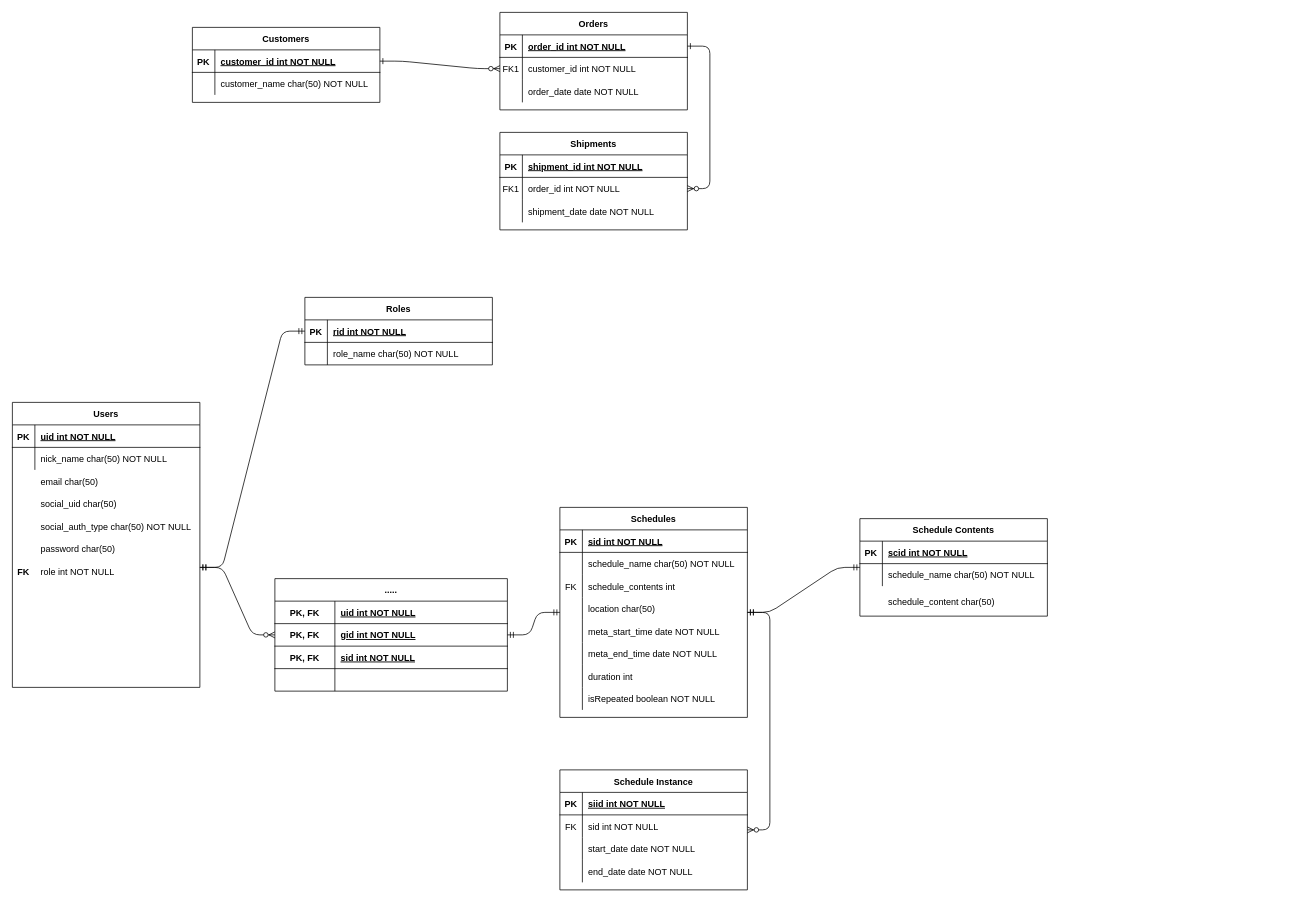
The draw.io diagram page "Page-2" (2 of 3) of ERD.drawio in 3tudy/kotlin, before the edit. Source tidied: cells renumbered, new cells numbered last; positions are measured from the earlier drawing's top-left corner, leaving out a move shared by most shapes. Both pictures are drawn from the tidied source at 75%, with x=0, y=0 at pixel (12, 12).
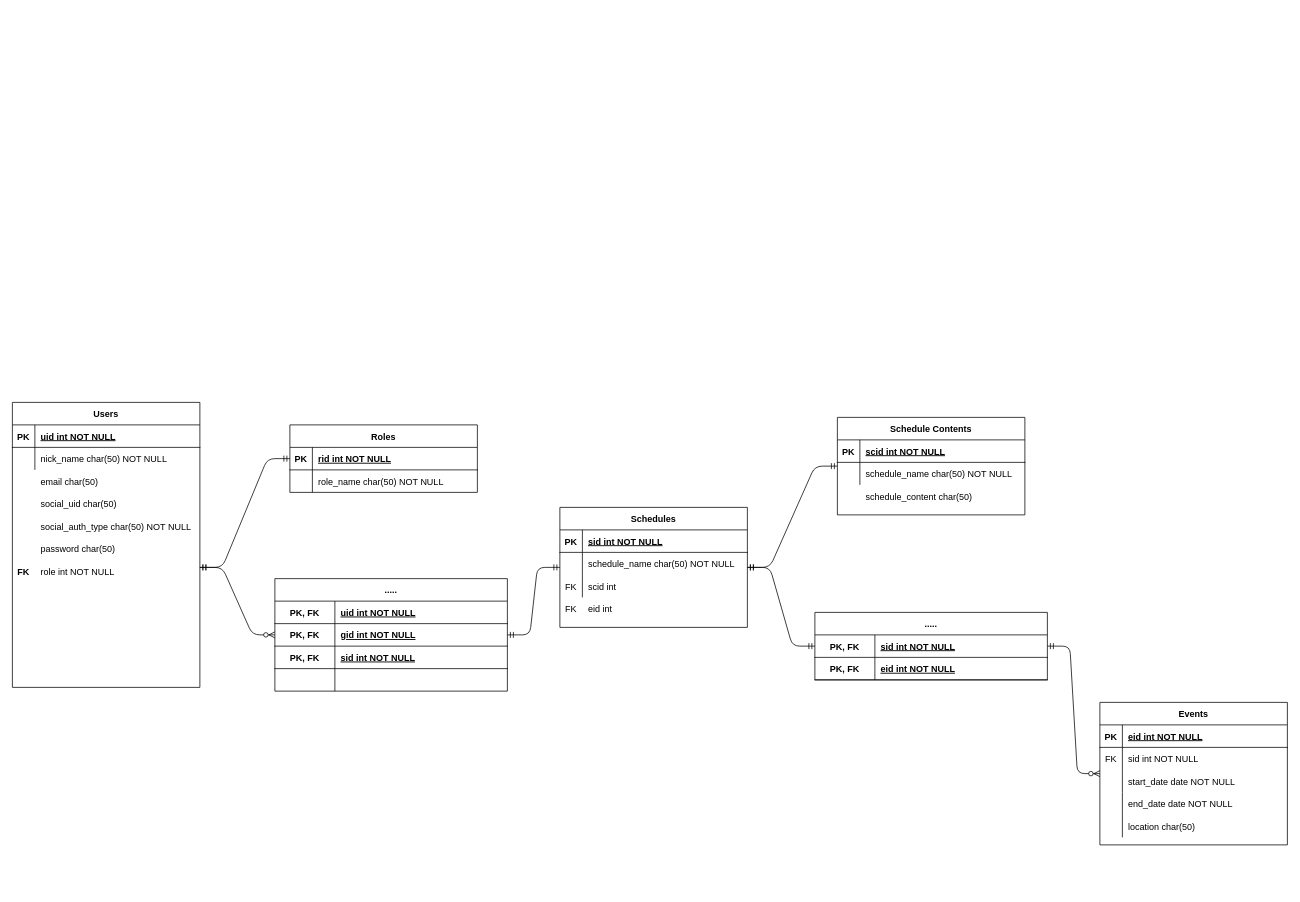
The same page after the edit.

Unchanged cells that the change refers to:
```xml
<mxCell id="77" style="shape=partialRectangle;fillColor=none;top=0;left=0;bottom=1;right=0;" parent="76" vertex="1">
  <mxGeometry y="30" width="250" height="30" as="geometry" />
</mxCell>
<mxCell id="96" style="shape=partialRectangle;fillColor=none;top=0;left=0;bottom=0;right=0;" parent="89" vertex="1">
  <mxGeometry y="90" width="250" height="30" as="geometry" />
</mxCell>
```

The edit, as a diff of the source:
```diff
@@
-    <mxCell id="2" style="edgeStyle=entityRelationEdgeStyle;endArrow=ERzeroToMany;startArrow=ERone;endFill=1;startFill=0;" parent="1" edge="1" source="25" target="8">
-      <mxGeometry relative="1" as="geometry" />
-    </mxCell>
-    <mxCell id="3" style="edgeStyle=entityRelationEdgeStyle;endArrow=ERzeroToMany;startArrow=ERone;endFill=1;startFill=0;" parent="1" edge="1" source="5" target="18">
-      <mxGeometry relative="1" as="geometry" />
-    </mxCell>
-    <mxCell id="4" value="Orders" style="shape=table;startSize=30;childLayout=tableLayout;rowLines=0;fontStyle=1;align=center;" parent="1" vertex="1">
-      <mxGeometry x="650" width="250" height="130" as="geometry" />
-    </mxCell>
-    <mxCell id="5" style="shape=partialRectangle;fillColor=none;points=[[0,0.5],[1,0.5]];portConstraint=eastwest;top=0;left=0;right=0;bottom=1;" parent="4" vertex="1">
-      <mxGeometry y="30" width="250" height="30" as="geometry" />
-    </mxCell>
-    <mxCell id="6" value="PK" style="shape=partialRectangle;overflow=hidden;fillColor=none;top=0;left=0;bottom=0;right=0;fontStyle=1;" parent="5" vertex="1">
-      <mxGeometry width="30" height="30" as="geometry" />
-    </mxCell>
-    <mxCell id="7" value="order_id int NOT NULL " style="shape=partialRectangle;overflow=hidden;fillColor=none;top=0;left=0;bottom=0;right=0;align=left;spacingLeft=6;fontStyle=5;" parent="5" vertex="1">
-      <mxGeometry x="30" width="220" height="30" as="geometry" />
-    </mxCell>
-    <mxCell id="8" style="shape=partialRectangle;fillColor=none;points=[[0,0.5],[1,0.5]];portConstraint=eastwest;top=0;left=0;right=0;bottom=0;" parent="4" vertex="1">
-      <mxGeometry y="60" width="250" height="30" as="geometry" />
-    </mxCell>
-    <mxCell id="9" value="FK1" style="shape=partialRectangle;overflow=hidden;fillColor=none;top=0;left=0;bottom=0;right=0;" parent="8" vertex="1">
-      <mxGeometry width="30" height="30" as="geometry" />
-    </mxCell>
-    <mxCell id="10" value="customer_id int NOT NULL" style="shape=partialRectangle;overflow=hidden;fillColor=none;top=0;left=0;bottom=0;right=0;align=left;spacingLeft=6;" parent="8" vertex="1">
-      <mxGeometry x="30" width="220" height="30" as="geometry" />
-    </mxCell>
-    <mxCell id="11" style="shape=partialRectangle;fillColor=none;top=0;left=0;right=0;bottom=0;" parent="4" vertex="1">
-      <mxGeometry y="90" width="250" height="30" as="geometry" />
-    </mxCell>
-    <mxCell id="12" style="shape=partialRectangle;overflow=hidden;fillColor=none;top=0;left=0;bottom=0;right=0;" parent="11" vertex="1">
-      <mxGeometry width="30" height="30" as="geometry" />
-    </mxCell>
-    <mxCell id="13" value="order_date date NOT NULL" style="shape=partialRectangle;overflow=hidden;fillColor=none;top=0;left=0;bottom=0;right=0;align=left;spacingLeft=6;" parent="11" vertex="1">
-      <mxGeometry x="30" width="220" height="30" as="geometry" />
-    </mxCell>
-    <mxCell id="14" value="Shipments" style="shape=table;startSize=30;childLayout=tableLayout;rowLines=0;fontStyle=1;align=center;" parent="1" vertex="1">
-      <mxGeometry x="650" y="160" width="250" height="130" as="geometry" />
-    </mxCell>
-    <mxCell id="15" style="shape=partialRectangle;fillColor=none;top=0;left=0;right=0;bottom=1;" parent="14" vertex="1">
-      <mxGeometry y="30" width="250" height="30" as="geometry" />
-    </mxCell>
-    <mxCell id="16" value="PK" style="shape=partialRectangle;overflow=hidden;fillColor=none;top=0;left=0;bottom=0;right=0;fontStyle=1;" parent="15" vertex="1">
-      <mxGeometry width="30" height="30" as="geometry" />
-    </mxCell>
-    <mxCell id="17" value="shipment_id int NOT NULL " style="shape=partialRectangle;overflow=hidden;fillColor=none;top=0;left=0;bottom=0;right=0;align=left;spacingLeft=6;fontStyle=5;" parent="15" vertex="1">
-      <mxGeometry x="30" width="220" height="30" as="geometry" />
-    </mxCell>
-    <mxCell id="18" style="shape=partialRectangle;fillColor=none;points=[[0,0.5],[1,0.5]];portConstraint=eastwest;top=0;left=0;right=0;bottom=0;" parent="14" vertex="1">
-      <mxGeometry y="60" width="250" height="30" as="geometry" />
-    </mxCell>
-    <mxCell id="19" value="FK1" style="shape=partialRectangle;overflow=hidden;fillColor=none;top=0;left=0;bottom=0;right=0;" parent="18" vertex="1">
-      <mxGeometry width="30" height="30" as="geometry" />
-    </mxCell>
-    <mxCell id="20" value="order_id int NOT NULL" style="shape=partialRectangle;overflow=hidden;fillColor=none;top=0;left=0;bottom=0;right=0;align=left;spacingLeft=6;" parent="18" vertex="1">
-      <mxGeometry x="30" width="220" height="30" as="geometry" />
-    </mxCell>
-    <mxCell id="21" style="shape=partialRectangle;fillColor=none;top=0;left=0;right=0;bottom=0;" parent="14" vertex="1">
-      <mxGeometry y="90" width="250" height="30" as="geometry" />
-    </mxCell>
-    <mxCell id="22" style="shape=partialRectangle;overflow=hidden;fillColor=none;top=0;left=0;bottom=0;right=0;" parent="21" vertex="1">
-      <mxGeometry width="30" height="30" as="geometry" />
-    </mxCell>
-    <mxCell id="23" value="shipment_date date NOT NULL" style="shape=partialRectangle;overflow=hidden;fillColor=none;top=0;left=0;bottom=0;right=0;align=left;spacingLeft=6;" parent="21" vertex="1">
-      <mxGeometry x="30" width="220" height="30" as="geometry" />
-    </mxCell>
-    <mxCell id="24" value="Customers" style="shape=table;startSize=30;childLayout=tableLayout;rowLines=0;fontStyle=1;align=center;" parent="1" vertex="1">
-      <mxGeometry x="240" y="20" width="250" height="100" as="geometry" />
-    </mxCell>
-    <mxCell id="25" style="shape=partialRectangle;fillColor=none;points=[[0,0.5],[1,0.5]];portConstraint=eastwest;top=0;left=0;right=0;bottom=1;" parent="24" vertex="1">
-      <mxGeometry y="30" width="250" height="30" as="geometry" />
-    </mxCell>
-    <mxCell id="26" value="PK" style="shape=partialRectangle;overflow=hidden;fillColor=none;top=0;left=0;bottom=0;right=0;fontStyle=1;" parent="25" vertex="1">
-      <mxGeometry width="30" height="30" as="geometry" />
-    </mxCell>
-    <mxCell id="27" value="customer_id int NOT NULL " style="shape=partialRectangle;overflow=hidden;fillColor=none;top=0;left=0;bottom=0;right=0;align=left;spacingLeft=6;fontStyle=5;" parent="25" vertex="1">
-      <mxGeometry x="30" width="220" height="30" as="geometry" />
-    </mxCell>
-    <mxCell id="28" style="shape=partialRectangle;fillColor=none;top=0;left=0;right=0;bottom=0;" parent="24" vertex="1">
-      <mxGeometry y="60" width="250" height="30" as="geometry" />
-    </mxCell>
-    <mxCell id="29" style="shape=partialRectangle;overflow=hidden;fillColor=none;top=0;left=0;bottom=0;right=0;" parent="28" vertex="1">
-      <mxGeometry width="30" height="30" as="geometry" />
-    </mxCell>
-    <mxCell id="30" value="customer_name char(50) NOT NULL" style="shape=partialRectangle;overflow=hidden;fillColor=none;top=0;left=0;bottom=0;right=0;align=left;spacingLeft=6;" parent="28" vertex="1">
-      <mxGeometry x="30" width="220" height="30" as="geometry" />
-    </mxCell>
@@
     <mxCell id="42" value="Roles" style="shape=table;startSize=30;childLayout=tableLayout;rowLines=0;fontStyle=1;align=center;" parent="1" vertex="1">
-      <mxGeometry x="390" y="380" width="250" height="90" as="geometry" />
+      <mxGeometry x="370" y="550" width="250" height="90" as="geometry" />
     </mxCell>
@@
-    <mxCell id="52" value="Schedule Contents" style="shape=table;startSize=30;childLayout=tableLayout;rowLines=0;fontStyle=1;align=center;" parent="1" vertex="1">
-      <mxGeometry x="1130" y="675" width="250" height="130" as="geometry" />
-    </mxCell>
-    <mxCell id="53" style="shape=partialRectangle;fillColor=none;top=0;left=0;right=0;bottom=1;" parent="52" vertex="1">
-      <mxGeometry y="30" width="250" height="30" as="geometry" />
-    </mxCell>
-    <mxCell id="54" value="PK" style="shape=partialRectangle;overflow=hidden;fillColor=none;top=0;left=0;bottom=0;right=0;fontStyle=1;" parent="53" vertex="1">
-      <mxGeometry width="30" height="30" as="geometry" />
-    </mxCell>
-    <mxCell id="55" value="scid int NOT NULL " style="shape=partialRectangle;overflow=hidden;fillColor=none;top=0;left=0;bottom=0;right=0;align=left;spacingLeft=6;fontStyle=5;" parent="53" vertex="1">
-      <mxGeometry x="30" width="220" height="30" as="geometry" />
-    </mxCell>
-    <mxCell id="56" style="shape=partialRectangle;fillColor=none;top=0;left=0;right=0;bottom=0;" parent="52" vertex="1">
-      <mxGeometry y="60" width="250" height="30" as="geometry" />
-    </mxCell>
-    <mxCell id="57" style="shape=partialRectangle;overflow=hidden;fillColor=none;top=0;left=0;bottom=0;right=0;" parent="56" vertex="1">
-      <mxGeometry width="30" height="30" as="geometry" />
-    </mxCell>
-    <mxCell id="58" value="schedule_name char(50) NOT NULL" style="shape=partialRectangle;overflow=hidden;fillColor=none;top=0;left=0;bottom=0;right=0;align=left;spacingLeft=6;" parent="56" vertex="1">
-      <mxGeometry x="30" width="220" height="30" as="geometry" />
-    </mxCell>
-    <mxCell id="59" value="schedule_content char(50)" style="shape=partialRectangle;overflow=hidden;fillColor=none;top=0;left=0;bottom=0;right=0;align=left;spacingLeft=6;" parent="1" vertex="1">
-      <mxGeometry x="1160" y="770" width="220" height="30" as="geometry" />
-    </mxCell>
@@
-    <mxCell id="76" value="Schedule Instance" style="shape=table;startSize=30;childLayout=tableLayout;rowLines=0;fontStyle=1;align=center;" parent="1" vertex="1">
-      <mxGeometry x="730" y="1010" width="250" height="160" as="geometry" />
+    <mxCell id="76" value="Events" style="shape=table;startSize=30;childLayout=tableLayout;rowLines=0;fontStyle=1;align=center;" parent="1" vertex="1">
+      <mxGeometry x="1450" y="920" width="250" height="190" as="geometry" />
     </mxCell>
@@
-    <mxCell id="79" value="siid int NOT NULL" style="shape=partialRectangle;fillColor=none;top=0;left=0;bottom=0;right=0;align=left;spacingLeft=6;fontStyle=5;overflow=hidden;" parent="77" vertex="1">
+    <mxCell id="79" value="eid int NOT NULL" style="shape=partialRectangle;fillColor=none;top=0;left=0;bottom=0;right=0;align=left;spacingLeft=6;fontStyle=5;overflow=hidden;" parent="77" vertex="1">
       <mxGeometry x="30" width="220" height="30" as="geometry" />
     </mxCell>
@@
+    <mxCell id="102" style="shape=partialRectangle;fillColor=none;top=0;left=0;bottom=0;right=0;" parent="76" vertex="1">
+      <mxGeometry y="150" width="250" height="30" as="geometry" />
+    </mxCell>
+    <mxCell id="115" style="shape=partialRectangle;fillColor=none;top=0;left=0;bottom=0;right=0;overflow=hidden;" parent="102" vertex="1">
+      <mxGeometry width="30" height="30" as="geometry" />
+    </mxCell>
+    <mxCell id="101" value="location char(50)" style="shape=partialRectangle;fillColor=none;top=0;left=0;bottom=0;right=0;align=left;spacingLeft=6;overflow=hidden;" parent="102" vertex="1">
+      <mxGeometry x="30" width="220" height="30" as="geometry" />
+    </mxCell>
     <mxCell id="89" value="Schedules" style="shape=table;startSize=30;childLayout=tableLayout;rowLines=0;fontStyle=1;align=center;" parent="1" vertex="1">
-      <mxGeometry x="730" y="660" width="250" height="280" as="geometry" />
+      <mxGeometry x="730" y="660" width="250" height="160" as="geometry" />
     </mxCell>
@@
-    <mxCell id="98" value="schedule_contents int" style="shape=partialRectangle;fillColor=none;top=0;left=0;bottom=0;right=0;align=left;spacingLeft=6;overflow=hidden;" parent="96" vertex="1">
+    <mxCell id="98" value="scid int" style="shape=partialRectangle;fillColor=none;top=0;left=0;bottom=0;right=0;align=left;spacingLeft=6;overflow=hidden;" parent="96" vertex="1">
       <mxGeometry x="30" width="220" height="30" as="geometry" />
     </mxCell>
-    <mxCell id="99" style="shape=partialRectangle;fillColor=none;top=0;left=0;bottom=0;right=0;" parent="89" vertex="1">
-      <mxGeometry y="120" width="250" height="30" as="geometry" />
-    </mxCell>
-    <mxCell id="100" style="shape=partialRectangle;fillColor=none;top=0;left=0;bottom=0;right=0;overflow=hidden;" parent="99" vertex="1">
-      <mxGeometry width="30" height="30" as="geometry" />
-    </mxCell>
-    <mxCell id="101" value="location char(50)" style="shape=partialRectangle;fillColor=none;top=0;left=0;bottom=0;right=0;align=left;spacingLeft=6;overflow=hidden;" parent="99" vertex="1">
-      <mxGeometry x="30" width="220" height="30" as="geometry" />
-    </mxCell>
-    <mxCell id="102" style="shape=partialRectangle;fillColor=none;top=0;left=0;bottom=0;right=0;" parent="89" vertex="1">
-      <mxGeometry y="150" width="250" height="30" as="geometry" />
-    </mxCell>
-    <mxCell id="103" style="shape=partialRectangle;fillColor=none;top=0;left=0;bottom=0;right=0;overflow=hidden;" parent="102" vertex="1">
-      <mxGeometry width="30" height="30" as="geometry" />
-    </mxCell>
-    <mxCell id="104" value="meta_start_time date NOT NULL" style="shape=partialRectangle;fillColor=none;top=0;left=0;bottom=0;right=0;align=left;spacingLeft=6;overflow=hidden;" parent="102" vertex="1">
-      <mxGeometry x="30" width="220" height="30" as="geometry" />
-    </mxCell>
-    <mxCell id="105" style="shape=partialRectangle;fillColor=none;top=0;left=0;bottom=0;right=0;" parent="89" vertex="1">
-      <mxGeometry y="180" width="250" height="30" as="geometry" />
-    </mxCell>
-    <mxCell id="106" style="shape=partialRectangle;fillColor=none;top=0;left=0;bottom=0;right=0;overflow=hidden;" parent="105" vertex="1">
-      <mxGeometry width="30" height="30" as="geometry" />
-    </mxCell>
-    <mxCell id="107" value="meta_end_time date NOT NULL " style="shape=partialRectangle;fillColor=none;top=0;left=0;bottom=0;right=0;align=left;spacingLeft=6;overflow=hidden;" parent="105" vertex="1">
-      <mxGeometry x="30" width="220" height="30" as="geometry" />
-    </mxCell>
-    <mxCell id="108" style="shape=partialRectangle;fillColor=none;top=0;left=0;bottom=0;right=0;" parent="89" vertex="1">
-      <mxGeometry y="210" width="250" height="30" as="geometry" />
-    </mxCell>
-    <mxCell id="109" style="shape=partialRectangle;fillColor=none;top=0;left=0;bottom=0;right=0;overflow=hidden;" parent="108" vertex="1">
-      <mxGeometry width="30" height="30" as="geometry" />
-    </mxCell>
-    <mxCell id="110" value="duration int " style="shape=partialRectangle;fillColor=none;top=0;left=0;bottom=0;right=0;align=left;spacingLeft=6;overflow=hidden;" parent="108" vertex="1">
-      <mxGeometry x="30" width="220" height="30" as="geometry" />
-    </mxCell>
-    <mxCell id="111" style="shape=partialRectangle;fillColor=none;top=0;left=0;bottom=0;right=0;" parent="89" vertex="1">
-      <mxGeometry y="240" width="250" height="30" as="geometry" />
-    </mxCell>
-    <mxCell id="112" style="shape=partialRectangle;fillColor=none;top=0;left=0;bottom=0;right=0;overflow=hidden;" parent="111" vertex="1">
-      <mxGeometry width="30" height="30" as="geometry" />
-    </mxCell>
-    <mxCell id="113" value="isRepeated boolean NOT NULL" style="shape=partialRectangle;fillColor=none;top=0;left=0;bottom=0;right=0;align=left;spacingLeft=6;overflow=hidden;" parent="111" vertex="1">
-      <mxGeometry x="30" width="220" height="30" as="geometry" />
-    </mxCell>
-    <mxCell id="114" style="edgeStyle=entityRelationEdgeStyle;fontSize=12;html=1;endArrow=ERzeroToMany;startArrow=ERmandOne;" parent="1" edge="1" source="89" target="76">
+    <mxCell id="114" style="edgeStyle=entityRelationEdgeStyle;fontSize=12;html=1;endArrow=ERzeroToMany;startArrow=ERmandOne;" parent="1" edge="1" source="119" target="76">
       <mxGeometry relative="1" as="geometry" />
     </mxCell>
+    <mxCell id="116" style="shape=partialRectangle;fillColor=none;top=0;left=0;bottom=0;right=0;" parent="1" vertex="1">
+      <mxGeometry x="730" y="780" width="250" height="30" as="geometry" />
+    </mxCell>
+    <mxCell id="117" value="FK" style="shape=partialRectangle;fillColor=none;top=0;left=0;bottom=0;right=0;overflow=hidden;" parent="116" vertex="1">
+      <mxGeometry width="30" height="30" as="geometry" />
+    </mxCell>
+    <mxCell id="118" value="eid int" style="shape=partialRectangle;fillColor=none;top=0;left=0;bottom=0;right=0;align=left;spacingLeft=6;overflow=hidden;" parent="116" vertex="1">
+      <mxGeometry x="30" width="220" height="30" as="geometry" />
+    </mxCell>
+    <mxCell id="119" value="....." style="shape=table;startSize=30;childLayout=tableLayout;rowLines=0;fontStyle=1;align=center;" parent="1" vertex="1">
+      <mxGeometry x="1070" y="800" width="310" height="90" as="geometry" />
+    </mxCell>
+    <mxCell id="120" style="shape=partialRectangle;fillColor=none;points=[[0,0.5],[1,0.5]];portConstraint=eastwest;top=0;left=0;right=0;bottom=1;" parent="119" vertex="1">
+      <mxGeometry y="30" width="310" height="30" as="geometry" />
+    </mxCell>
+    <mxCell id="121" value="PK, FK" style="shape=partialRectangle;overflow=hidden;fillColor=none;top=0;left=0;bottom=0;right=0;fontStyle=1;" parent="120" vertex="1">
+      <mxGeometry width="80" height="30" as="geometry" />
+    </mxCell>
+    <mxCell id="122" value="sid int NOT NULL " style="shape=partialRectangle;overflow=hidden;fillColor=none;top=0;left=0;bottom=0;right=0;align=left;spacingLeft=6;fontStyle=5;" parent="120" vertex="1">
+      <mxGeometry x="80" width="230" height="30" as="geometry" />
+    </mxCell>
+    <mxCell id="123" style="shape=partialRectangle;fillColor=none;top=0;left=0;right=0;bottom=1;" parent="119" vertex="1">
+      <mxGeometry y="60" width="310" height="30" as="geometry" />
+    </mxCell>
+    <mxCell id="124" value="PK, FK" style="shape=partialRectangle;overflow=hidden;fillColor=none;top=0;left=0;bottom=0;right=0;fontStyle=1;" parent="123" vertex="1">
+      <mxGeometry width="80" height="30" as="geometry" />
+    </mxCell>
+    <mxCell id="125" value="eid int NOT NULL " style="shape=partialRectangle;overflow=hidden;fillColor=none;top=0;left=0;bottom=0;right=0;align=left;spacingLeft=6;fontStyle=5;" parent="123" vertex="1">
+      <mxGeometry x="80" width="230" height="30" as="geometry" />
+    </mxCell>
+    <mxCell id="126" style="edgeStyle=entityRelationEdgeStyle;fontSize=12;html=1;endArrow=ERmandOne;startArrow=ERmandOne;entryX=0;entryY=0.5;entryDx=0;entryDy=0;" parent="1" edge="1" source="89" target="120">
+      <mxGeometry relative="1" as="geometry" />
+    </mxCell>
+    <mxCell id="127" style="group;" parent="1" vertex="1">
+      <mxGeometry x="1100" y="540" width="250" height="130" as="geometry" />
+    </mxCell>
+    <mxCell id="52" value="Schedule Contents" style="shape=table;startSize=30;childLayout=tableLayout;rowLines=0;fontStyle=1;align=center;" parent="127" vertex="1">
+      <mxGeometry width="250" height="130" as="geometry" />
+    </mxCell>
+    <mxCell id="53" style="shape=partialRectangle;fillColor=none;top=0;left=0;right=0;bottom=1;" parent="52" vertex="1">
+      <mxGeometry y="30" width="250" height="30" as="geometry" />
+    </mxCell>
+    <mxCell id="54" value="PK" style="shape=partialRectangle;overflow=hidden;fillColor=none;top=0;left=0;bottom=0;right=0;fontStyle=1;" parent="53" vertex="1">
+      <mxGeometry width="30" height="30" as="geometry" />
+    </mxCell>
+    <mxCell id="55" value="scid int NOT NULL " style="shape=partialRectangle;overflow=hidden;fillColor=none;top=0;left=0;bottom=0;right=0;align=left;spacingLeft=6;fontStyle=5;" parent="53" vertex="1">
+      <mxGeometry x="30" width="220" height="30" as="geometry" />
+    </mxCell>
+    <mxCell id="56" style="shape=partialRectangle;fillColor=none;top=0;left=0;right=0;bottom=0;" parent="52" vertex="1">
+      <mxGeometry y="60" width="250" height="30" as="geometry" />
+    </mxCell>
+    <mxCell id="57" style="shape=partialRectangle;overflow=hidden;fillColor=none;top=0;left=0;bottom=0;right=0;" parent="56" vertex="1">
+      <mxGeometry width="30" height="30" as="geometry" />
+    </mxCell>
+    <mxCell id="58" value="schedule_name char(50) NOT NULL" style="shape=partialRectangle;overflow=hidden;fillColor=none;top=0;left=0;bottom=0;right=0;align=left;spacingLeft=6;" parent="56" vertex="1">
+      <mxGeometry x="30" width="220" height="30" as="geometry" />
+    </mxCell>
+    <mxCell id="59" value="schedule_content char(50)" style="shape=partialRectangle;overflow=hidden;fillColor=none;top=0;left=0;bottom=0;right=0;align=left;spacingLeft=6;" parent="127" vertex="1">
+      <mxGeometry x="30" y="90" width="220" height="30" as="geometry" />
+    </mxCell>
```
